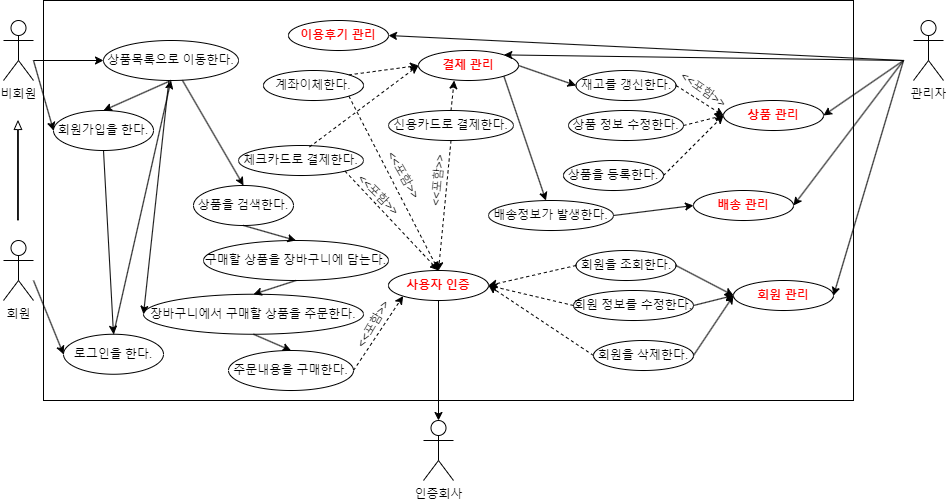
This is image/usecase.png from jeniy01/pro02, a draw.io export, as it was before one commit. Source tidied: cells renumbered, new cells last; positions are measured from the earlier drawing's top-left corner, leaving out a move shared by most shapes.
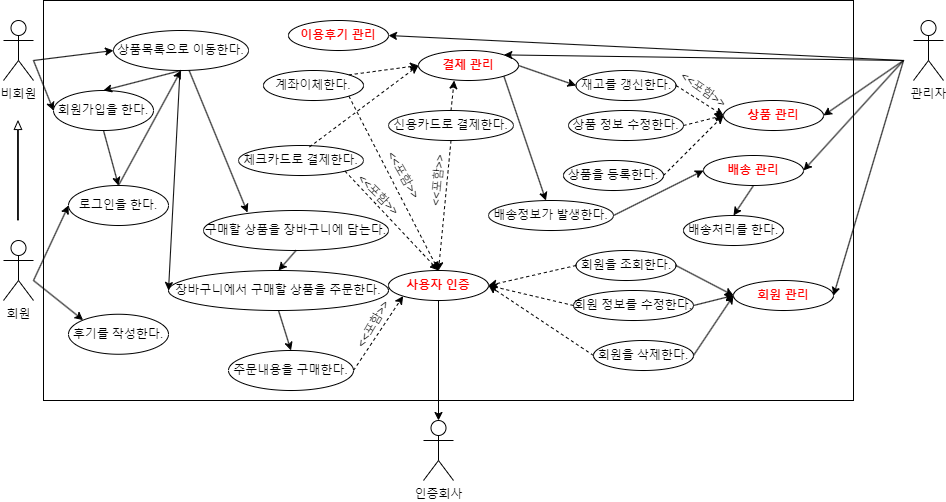
After the change.

Change to the diagram source:
```diff
@@ -15,19 +15,16 @@
       <mxGeometry x="910" y="20" width="30" height="60" as="geometry" />
     </mxCell>
     <mxCell id="6" value="회원가입을 한다." style="ellipse;whiteSpace=wrap;html=1;" parent="1" vertex="1">
-      <mxGeometry x="50" y="110" width="100" height="40" as="geometry" />
+      <mxGeometry x="50" y="90" width="100" height="40" as="geometry" />
     </mxCell>
     <mxCell id="7" value="로그인을 한다." style="ellipse;whiteSpace=wrap;html=1;" parent="1" vertex="1">
-      <mxGeometry x="60" y="333.8" width="100" height="40" as="geometry" />
+      <mxGeometry x="65" y="185" width="100" height="40" as="geometry" />
     </mxCell>
-    <mxCell id="8" value="상품을 검색한다." style="ellipse;whiteSpace=wrap;html=1;" parent="1" vertex="1">
-      <mxGeometry x="190" y="185" width="100" height="40" as="geometry" />
-    </mxCell>
     <mxCell id="9" value="주문내용을 구매한다." style="ellipse;whiteSpace=wrap;html=1;" parent="1" vertex="1">
       <mxGeometry x="225" y="350" width="125" height="40" as="geometry" />
     </mxCell>
     <mxCell id="10" value="장바구니에서 구매할 상품을 주문한다." style="ellipse;whiteSpace=wrap;html=1;" parent="1" vertex="1">
-      <mxGeometry x="140" y="293.8" width="220" height="40" as="geometry" />
+      <mxGeometry x="165" y="270" width="220" height="40" as="geometry" />
     </mxCell>
     <mxCell id="11" value="&lt;font color=&quot;#ff0000&quot;&gt;&lt;b&gt;사용자 인증&lt;/b&gt;&lt;/font&gt;" style="ellipse;whiteSpace=wrap;html=1;" parent="1" vertex="1">
       <mxGeometry x="385" y="270" width="100" height="30" as="geometry" />
@@ -35,19 +32,19 @@
     <mxCell id="12" style="endArrow=classic;html=1;rounded=0;exitX=0.5;exitY=1;exitDx=0;exitDy=0;entryX=0.5;entryY=0;entryDx=0;entryDy=0;" parent="1" edge="1" source="6" target="7">
       <mxGeometry relative="1" as="geometry" />
     </mxCell>
-    <mxCell id="13" style="endArrow=classic;html=1;rounded=0;entryX=0;entryY=0.5;entryDx=0;entryDy=0;" parent="1" edge="1" target="6">
-      <mxGeometry relative="1" as="geometry">
-        <mxPoint x="30" y="60" as="sourcePoint" />
-      </mxGeometry>
-    </mxCell>
+    <mxCell id="72" style="endArrow=classic;html=1;rounded=0;entryX=0;entryY=0.5;entryDx=0;entryDy=0;" parent="1" edge="1" target="6">
+      <mxGeometry relative="1" as="geometry">
+        <mxPoint x="30" y="60" as="sourcePoint" />
+      </mxGeometry>
+    </mxCell>
     <mxCell id="14" value="상품목록으로 이동한다." style="ellipse;whiteSpace=wrap;html=1;" parent="1" vertex="1">
-      <mxGeometry x="100" y="40" width="135" height="40" as="geometry" />
+      <mxGeometry x="110" y="30" width="135" height="40" as="geometry" />
     </mxCell>
-    <mxCell id="15" style="endArrow=classic;html=1;rounded=0;entryX=0;entryY=0.5;entryDx=0;entryDy=0;" parent="1" edge="1" target="14">
-      <mxGeometry relative="1" as="geometry">
-        <mxPoint x="30" y="60" as="sourcePoint" />
-      </mxGeometry>
-    </mxCell>
+    <mxCell id="73" style="endArrow=classic;html=1;rounded=0;entryX=0;entryY=0.5;entryDx=0;entryDy=0;" parent="1" edge="1" target="14">
+      <mxGeometry relative="1" as="geometry">
+        <mxPoint x="30" y="60" as="sourcePoint" />
+      </mxGeometry>
+    </mxCell>
     <mxCell id="16" style="endArrow=classic;html=1;rounded=0;entryX=0.5;entryY=1;entryDx=0;entryDy=0;exitX=0.5;exitY=0;exitDx=0;exitDy=0;" parent="1" edge="1" source="7" target="14">
       <mxGeometry relative="1" as="geometry" />
     </mxCell>
@@ -55,7 +52,7 @@
       <mxGeometry x="285" y="20" width="100" height="30" as="geometry" />
     </mxCell>
     <mxCell id="18" value="구매할 상품을 장바구니에 담는다." style="ellipse;whiteSpace=wrap;html=1;" parent="1" vertex="1">
-      <mxGeometry x="200" y="240" width="185" height="40" as="geometry" />
+      <mxGeometry x="200" y="210" width="185" height="40" as="geometry" />
     </mxCell>
     <mxCell id="19" value="&lt;font color=&quot;#ff0000&quot;&gt;&lt;b&gt;결제 관리&lt;/b&gt;&lt;/font&gt;" style="ellipse;whiteSpace=wrap;html=1;" parent="1" vertex="1">
       <mxGeometry x="415" y="50" width="100" height="30" as="geometry" />
@@ -73,7 +70,7 @@
       <mxGeometry x="730" y="280" width="100" height="30" as="geometry" />
     </mxCell>
     <mxCell id="24" value="&lt;font color=&quot;#ff0000&quot;&gt;&lt;b&gt;배송 관리&lt;/b&gt;&lt;/font&gt;" style="ellipse;whiteSpace=wrap;html=1;" parent="1" vertex="1">
-      <mxGeometry x="690" y="190" width="100" height="30" as="geometry" />
+      <mxGeometry x="700" y="155" width="100" height="30" as="geometry" />
     </mxCell>
     <mxCell id="25" value="&lt;font color=&quot;#ff0000&quot;&gt;&lt;b&gt;상품 관리&lt;/b&gt;&lt;/font&gt;" style="ellipse;whiteSpace=wrap;html=1;" parent="1" vertex="1">
       <mxGeometry x="720" y="100" width="100" height="30" as="geometry" />
@@ -117,31 +114,31 @@
     <mxCell id="38" style="endArrow=classic;html=1;rounded=0;exitX=1;exitY=0.5;exitDx=0;exitDy=0;entryX=0;entryY=0.5;entryDx=0;entryDy=0;" parent="1" edge="1" source="30" target="23">
       <mxGeometry relative="1" as="geometry" />
     </mxCell>
-    <mxCell id="39" style="endArrow=classic;html=1;rounded=0;entryX=1;entryY=0.5;entryDx=0;entryDy=0;" parent="1" edge="1" target="23">
-      <mxGeometry relative="1" as="geometry">
-        <mxPoint x="900" y="60" as="sourcePoint" />
-      </mxGeometry>
-    </mxCell>
-    <mxCell id="40" style="endArrow=classic;html=1;rounded=0;entryX=1;entryY=0.5;entryDx=0;entryDy=0;" parent="1" edge="1" target="24">
-      <mxGeometry relative="1" as="geometry">
-        <mxPoint x="900" y="60" as="sourcePoint" />
-      </mxGeometry>
-    </mxCell>
-    <mxCell id="41" style="endArrow=classic;html=1;rounded=0;entryX=1;entryY=0.5;entryDx=0;entryDy=0;" parent="1" edge="1" target="25">
-      <mxGeometry relative="1" as="geometry">
-        <mxPoint x="900" y="60" as="sourcePoint" />
-      </mxGeometry>
-    </mxCell>
-    <mxCell id="42" style="endArrow=classic;html=1;rounded=0;entryX=1;entryY=0.5;entryDx=0;entryDy=0;" parent="1" edge="1" target="17">
-      <mxGeometry relative="1" as="geometry">
-        <mxPoint x="900" y="60" as="sourcePoint" />
-      </mxGeometry>
-    </mxCell>
-    <mxCell id="43" style="endArrow=classic;html=1;rounded=0;entryX=1;entryY=0;entryDx=0;entryDy=0;" parent="1" edge="1" target="19">
-      <mxGeometry relative="1" as="geometry">
-        <mxPoint x="900" y="60" as="sourcePoint" />
-      </mxGeometry>
-    </mxCell>
+    <mxCell id="74" style="endArrow=classic;html=1;rounded=0;entryX=1;entryY=0.5;entryDx=0;entryDy=0;" parent="1" edge="1" target="23">
+      <mxGeometry relative="1" as="geometry">
+        <mxPoint x="900" y="60" as="sourcePoint" />
+      </mxGeometry>
+    </mxCell>
+    <mxCell id="75" style="endArrow=classic;html=1;rounded=0;entryX=1;entryY=0.5;entryDx=0;entryDy=0;" parent="1" edge="1" target="24">
+      <mxGeometry relative="1" as="geometry">
+        <mxPoint x="900" y="60" as="sourcePoint" />
+      </mxGeometry>
+    </mxCell>
+    <mxCell id="76" style="endArrow=classic;html=1;rounded=0;entryX=1;entryY=0.5;entryDx=0;entryDy=0;" parent="1" edge="1" target="25">
+      <mxGeometry relative="1" as="geometry">
+        <mxPoint x="900" y="60" as="sourcePoint" />
+      </mxGeometry>
+    </mxCell>
+    <mxCell id="77" style="endArrow=classic;html=1;rounded=0;entryX=1;entryY=0.5;entryDx=0;entryDy=0;" parent="1" edge="1" target="17">
+      <mxGeometry relative="1" as="geometry">
+        <mxPoint x="900" y="60" as="sourcePoint" />
+      </mxGeometry>
+    </mxCell>
+    <mxCell id="78" style="endArrow=classic;html=1;rounded=0;entryX=1;entryY=0;entryDx=0;entryDy=0;" parent="1" edge="1" target="19">
+      <mxGeometry relative="1" as="geometry">
+        <mxPoint x="900" y="60" as="sourcePoint" />
+      </mxGeometry>
+    </mxCell>
     <mxCell id="44" style="endArrow=classic;html=1;rounded=0;entryX=0;entryY=0.5;entryDx=0;entryDy=0;exitX=1;exitY=0.5;exitDx=0;exitDy=0;dashed=1;" parent="1" edge="1" source="29" target="25">
       <mxGeometry relative="1" as="geometry" />
     </mxCell>
@@ -172,12 +169,12 @@
     <mxCell id="53" style="endArrow=classic;html=1;rounded=0;exitX=1;exitY=1;exitDx=0;exitDy=0;entryX=0.5;entryY=0;entryDx=0;entryDy=0;dashed=1;" parent="1" edge="1" source="20" target="11">
       <mxGeometry relative="1" as="geometry" />
     </mxCell>
-    <mxCell id="54" style="endArrow=classic;html=1;rounded=0;shape=flexArrow;endWidth=5.918367346938776;endSize=2.5214285714285714;width=0.7142857142857143;" parent="1" edge="1">
-      <mxGeometry relative="1" as="geometry">
-        <mxPoint x="14.5" y="220" as="sourcePoint" />
-        <mxPoint x="14.5" y="120" as="targetPoint" />
-      </mxGeometry>
-    </mxCell>
+    <mxCell id="79" style="endArrow=classic;html=1;rounded=0;shape=flexArrow;endWidth=5.918367346938776;endSize=2.5214285714285714;width=0.7142857142857143;" parent="1" edge="1">
+      <mxGeometry relative="1" as="geometry">
+        <mxPoint x="14.5" y="220" as="sourcePoint" />
+        <mxPoint x="14.5" y="120" as="targetPoint" />
+      </mxGeometry>
+    </mxCell>
     <mxCell id="55" value="&amp;lt;&amp;lt;포함&amp;gt;&amp;gt;" style="text;html=1;strokeColor=none;fillColor=none;align=center;verticalAlign=middle;whiteSpace=wrap;rounded=0;rotation=-60;" parent="1" vertex="1">
       <mxGeometry x="340" y="313.8" width="60" height="20" as="geometry" />
     </mxCell>
@@ -199,11 +196,11 @@
     <mxCell id="61" style="endArrow=classic;html=1;rounded=0;exitX=0;exitY=0.5;exitDx=0;exitDy=0;entryX=1;entryY=0.5;entryDx=0;entryDy=0;dashed=1;" parent="1" edge="1" source="30" target="11">
       <mxGeometry relative="1" as="geometry" />
     </mxCell>
-    <mxCell id="62" style="endArrow=classic;html=1;rounded=0;entryX=0;entryY=0.5;entryDx=0;entryDy=0;" parent="1" edge="1" target="7">
-      <mxGeometry relative="1" as="geometry">
-        <mxPoint x="30" y="280" as="sourcePoint" />
-      </mxGeometry>
-    </mxCell>
+    <mxCell id="80" style="endArrow=classic;html=1;rounded=0;entryX=0;entryY=0.5;entryDx=0;entryDy=0;" parent="1" edge="1" target="7">
+      <mxGeometry relative="1" as="geometry">
+        <mxPoint x="30" y="280" as="sourcePoint" />
+      </mxGeometry>
+    </mxCell>
     <mxCell id="63" value="체크카드로 결제한다." style="ellipse;whiteSpace=wrap;html=1;" parent="1" vertex="1">
       <mxGeometry x="235" y="145" width="125" height="30" as="geometry" />
     </mxCell>
@@ -222,14 +219,25 @@
     <mxCell id="68" style="endArrow=classic;html=1;rounded=0;entryX=0.5;entryY=0;entryDx=0;entryDy=0;exitX=0.5;exitY=1;exitDx=0;exitDy=0;" parent="1" edge="1" source="14" target="6">
       <mxGeometry relative="1" as="geometry" />
     </mxCell>
-    <mxCell id="69" style="endArrow=classic;html=1;rounded=0;entryX=0.5;entryY=0;entryDx=0;entryDy=0;exitX=0.5;exitY=1;exitDx=0;exitDy=0;" parent="1" edge="1" source="8" target="18">
-      <mxGeometry relative="1" as="geometry" />
-    </mxCell>
     <mxCell id="70" style="endArrow=classic;html=1;rounded=0;entryX=0.5;entryY=0;entryDx=0;entryDy=0;exitX=0.5;exitY=1;exitDx=0;exitDy=0;" parent="1" edge="1" source="18" target="10">
       <mxGeometry relative="1" as="geometry" />
     </mxCell>
-    <mxCell id="71" style="endArrow=classic;html=1;rounded=0;entryX=0.5;entryY=0;entryDx=0;entryDy=0;" parent="1" edge="1" source="14" target="8">
-      <mxGeometry relative="1" as="geometry" />
-    </mxCell>
+    <mxCell id="81" style="endArrow=classic;html=1;rounded=0;entryX=0.238;entryY=0.05;entryDx=0;entryDy=0;entryPerimeter=0;" parent="1" edge="1" source="14" target="18">
+      <mxGeometry relative="1" as="geometry" />
+    </mxCell>
+    <mxCell id="82" value="배송처리를 한다." style="ellipse;whiteSpace=wrap;html=1;" parent="1" vertex="1">
+      <mxGeometry x="680" y="215" width="100" height="30" as="geometry" />
+    </mxCell>
+    <mxCell id="83" style="endArrow=classic;html=1;rounded=0;exitX=0.5;exitY=1;exitDx=0;exitDy=0;entryX=0.5;entryY=0;entryDx=0;entryDy=0;" parent="1" edge="1" source="24" target="82">
+      <mxGeometry relative="1" as="geometry" />
+    </mxCell>
+    <mxCell id="84" value="후기를 작성한다." style="ellipse;whiteSpace=wrap;html=1;" parent="1" vertex="1">
+      <mxGeometry x="65" y="313.8" width="100" height="40" as="geometry" />
+    </mxCell>
+    <mxCell id="85" style="endArrow=classic;html=1;rounded=0;entryX=0;entryY=0;entryDx=0;entryDy=0;" parent="1" edge="1" target="84">
+      <mxGeometry relative="1" as="geometry">
+        <mxPoint x="30" y="280" as="sourcePoint" />
+      </mxGeometry>
+    </mxCell>
   </root>
 </mxGraphModel>
```
